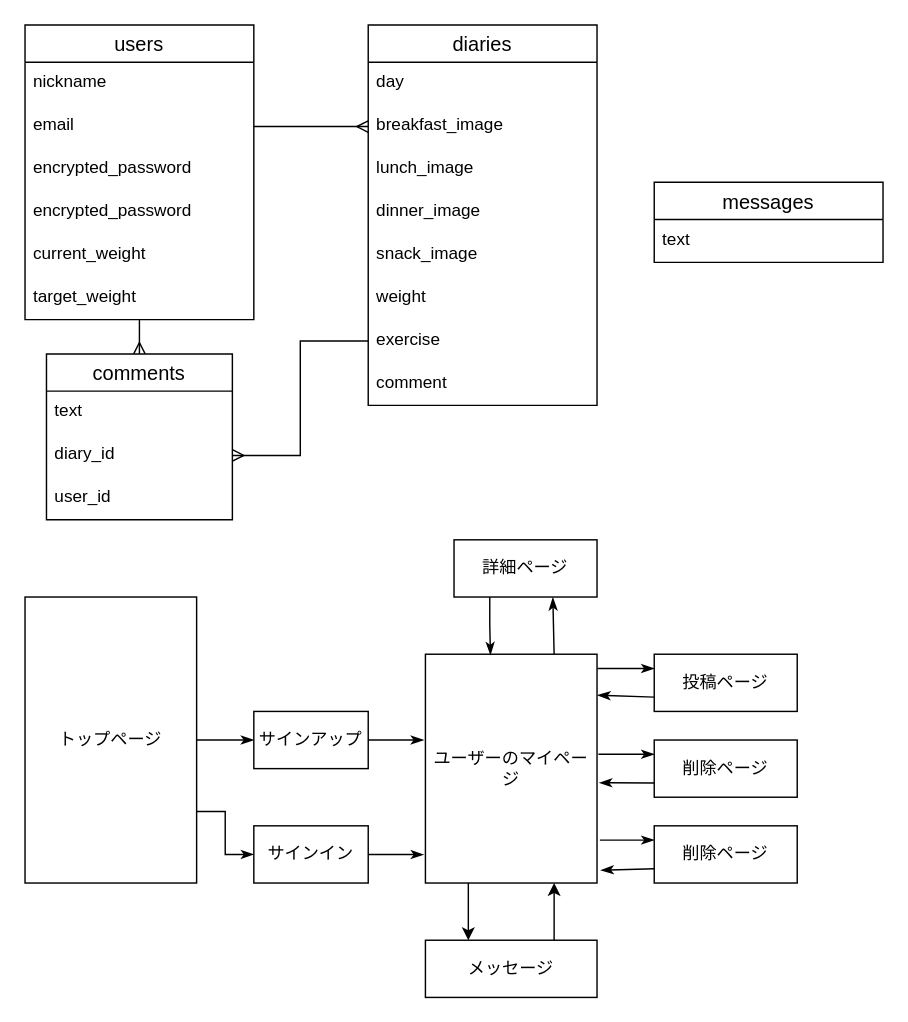
The draw.io diagram test.dio in yuki2216/diet_level_100, before the edit. Source tidied: cells renumbered, new cells numbered last; positions are measured from the earlier drawing's top-left corner, leaving out a move shared by most shapes. Both pictures are drawn from the tidied source at 143%, with x=0, y=0 at pixel (24, 24).
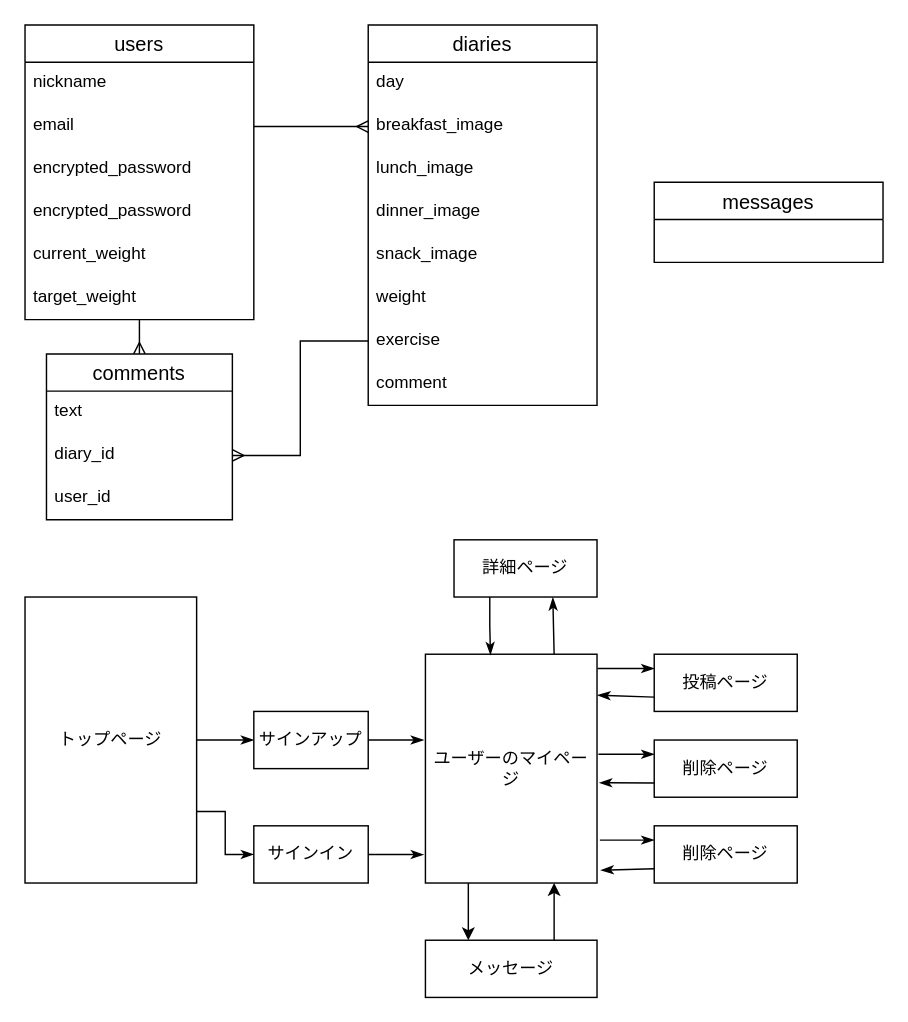
The same diagram, later.

The change refers to these unchanged cells:
```xml
<mxCell id="20" value="messages" style="swimlane;fontStyle=0;horizontal=1;startSize=26;align=center;fontSize=14;" parent="1" vertex="1">
  <mxGeometry x="440" y="110" width="160" height="56" as="geometry" />
</mxCell>
```

Diff of the diagram source:
```diff
@@
-    <mxCell id="21" value="text" style="text;strokeColor=none;fillColor=none;spacingLeft=4;spacingRight=4;overflow=hidden;fontSize=12;" parent="20" vertex="1">
-      <mxGeometry y="26" width="160" height="30" as="geometry" />
-    </mxCell>
```
